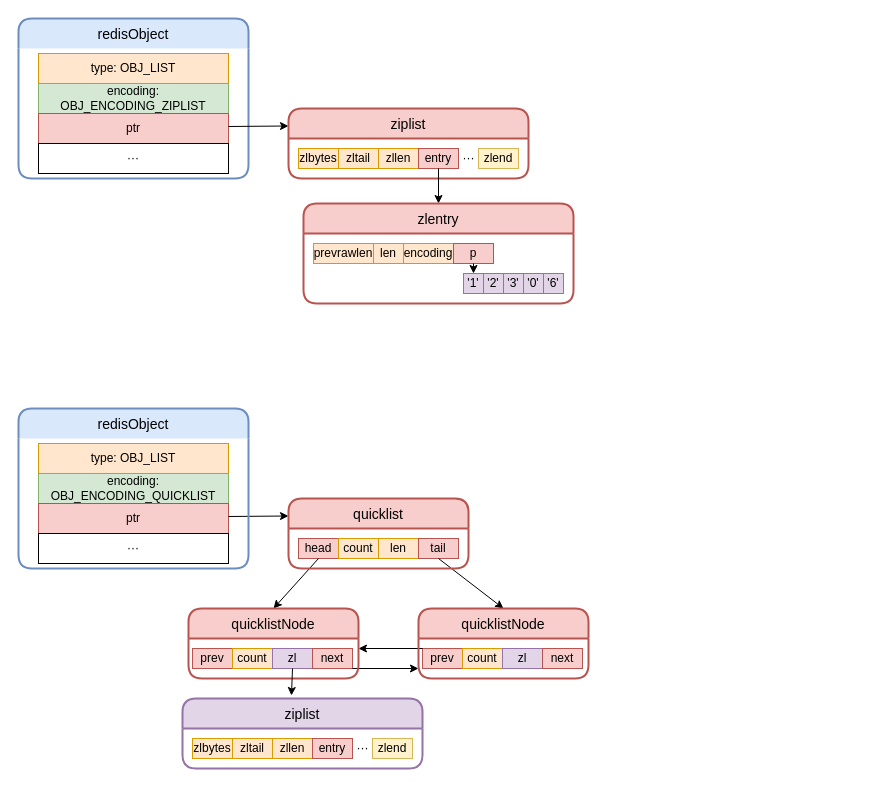
yang00-74/flowchart keeps this draw.io diagram as redis_list.drawio. Above is the earlier version. Source tidied: cells renumbered, new cells numbered last; positions are measured from the earlier drawing's top-left corner, leaving out a move shared by most shapes. Both pictures are drawn from the tidied source at 100%, with x=0, y=0 at pixel (18, 18).
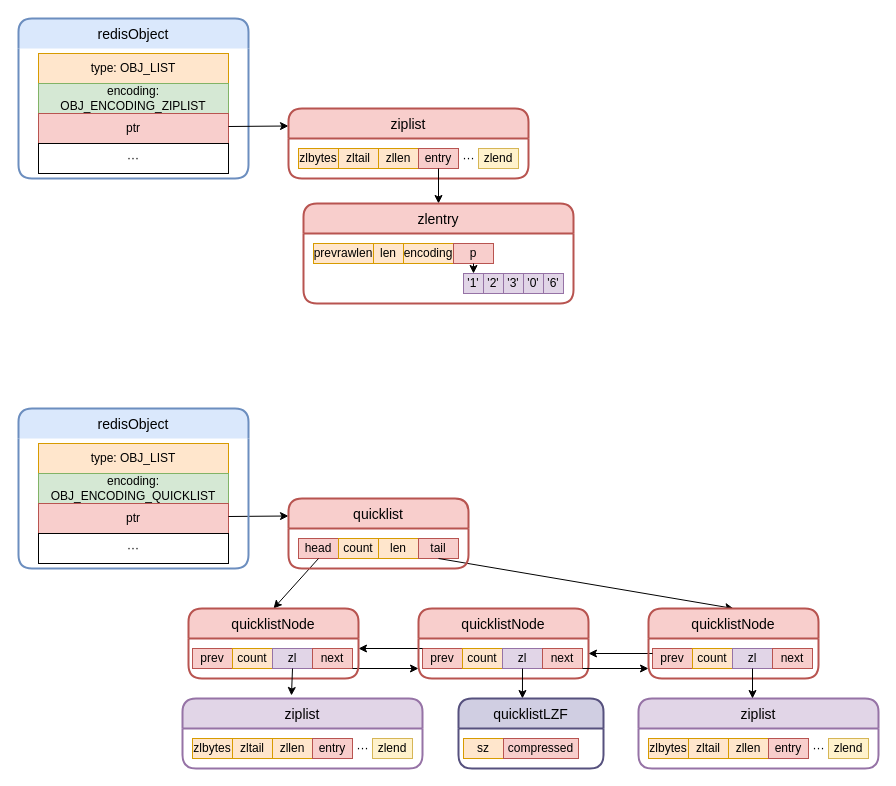
Above is the later version.

Unchanged cells that the change refers to:
```xml
<mxCell id="35" value="tail" style="whiteSpace=wrap;html=1;align=center;fillColor=#f8cecc;strokeColor=#b85450;" parent="1" vertex="1">
  <mxGeometry x="400" y="520" width="40" height="20" as="geometry" />
</mxCell>
<mxCell id="44" value="zl" style="whiteSpace=wrap;html=1;align=center;fillColor=#e1d5e7;strokeColor=#9673a6;" parent="1" vertex="1">
  <mxGeometry x="484" y="630" width="40" height="20" as="geometry" />
</mxCell>
<mxCell id="50" value="quicklistNode" style="swimlane;horizontal=1;startSize=30;rounded=1;fontSize=14;fontStyle=0;strokeWidth=2;shadow=0;dashed=0;align=center;fillColor=#f8cecc;strokeColor=#b85450;" parent="1" vertex="1">
  <mxGeometry x="400" y="590" width="170" height="70" as="geometry" />
</mxCell>
```

The edit, as a diff of the source:
```diff
@@
-    <mxCell id="48" style="endArrow=classic;html=1;exitX=0.5;exitY=1;exitDx=0;exitDy=0;entryX=0.5;entryY=0;entryDx=0;entryDy=0;" parent="1" edge="1" source="35" target="50">
+    <mxCell id="48" style="endArrow=classic;html=1;exitX=0.5;exitY=1;exitDx=0;exitDy=0;entryX=0.5;entryY=0;entryDx=0;entryDy=0;" parent="1" edge="1" source="35" target="70">
       <mxGeometry relative="1" as="geometry" />
     </mxCell>
@@
+    <mxCell id="60" value="prev" style="whiteSpace=wrap;html=1;align=center;fillColor=#f8cecc;strokeColor=#b85450;" parent="1" vertex="1">
+      <mxGeometry x="634" y="630" width="40" height="20" as="geometry" />
+    </mxCell>
+    <mxCell id="61" value="count" style="whiteSpace=wrap;html=1;align=center;fillColor=#ffe6cc;strokeColor=#d79b00;" parent="1" vertex="1">
+      <mxGeometry x="674" y="630" width="40" height="20" as="geometry" />
+    </mxCell>
+    <mxCell id="62" value="zl" style="whiteSpace=wrap;html=1;align=center;fillColor=#e1d5e7;strokeColor=#9673a6;" parent="1" vertex="1">
+      <mxGeometry x="714" y="630" width="40" height="20" as="geometry" />
+    </mxCell>
+    <mxCell id="63" value="next" style="whiteSpace=wrap;html=1;align=center;fillColor=#f8cecc;strokeColor=#b85450;" parent="1" vertex="1">
+      <mxGeometry x="754" y="630" width="40" height="20" as="geometry" />
+    </mxCell>
+    <mxCell id="64" value="sz" style="whiteSpace=wrap;html=1;align=center;fillColor=#ffe6cc;strokeColor=#d79b00;" parent="1" vertex="1">
+      <mxGeometry x="445" y="720" width="40" height="20" as="geometry" />
+    </mxCell>
+    <mxCell id="65" value="compressed" style="whiteSpace=wrap;html=1;align=center;fillColor=#f8cecc;strokeColor=#b85450;" parent="1" vertex="1">
+      <mxGeometry x="485" y="720" width="75" height="20" as="geometry" />
+    </mxCell>
+    <mxCell id="66" style="endArrow=classic;html=1;exitX=0.5;exitY=1;exitDx=0;exitDy=0;entryX=0.441;entryY=0;entryDx=0;entryDy=0;entryPerimeter=0;" parent="1" edge="1" source="44" target="67">
+      <mxGeometry relative="1" as="geometry" />
+    </mxCell>
+    <mxCell id="67" value="quicklistLZF" style="swimlane;horizontal=1;startSize=30;rounded=1;fontSize=14;fontStyle=0;strokeWidth=2;shadow=0;dashed=0;align=center;fillColor=#d0cee2;strokeColor=#56517e;" parent="1" vertex="1">
+      <mxGeometry x="440" y="680" width="145" height="70" as="geometry" />
+    </mxCell>
+    <mxCell id="68" style="endArrow=classic;html=1;" parent="1" edge="1">
+      <mxGeometry relative="1" as="geometry">
+        <mxPoint x="564" y="650" as="sourcePoint" />
+        <mxPoint x="630" y="650" as="targetPoint" />
+      </mxGeometry>
+    </mxCell>
+    <mxCell id="69" style="endArrow=classic;html=1;exitX=0;exitY=0.25;exitDx=0;exitDy=0;" parent="1" edge="1" source="60">
+      <mxGeometry relative="1" as="geometry">
+        <mxPoint x="570" y="635" as="targetPoint" />
+      </mxGeometry>
+    </mxCell>
+    <mxCell id="70" value="quicklistNode" style="swimlane;horizontal=1;startSize=30;rounded=1;fontSize=14;fontStyle=0;strokeWidth=2;shadow=0;dashed=0;align=center;fillColor=#f8cecc;strokeColor=#b85450;" parent="1" vertex="1">
+      <mxGeometry x="630" y="590" width="170" height="70" as="geometry" />
+    </mxCell>
+    <mxCell id="71" value="zlbytes" style="whiteSpace=wrap;html=1;align=center;fillColor=#ffe6cc;strokeColor=#d79b00;" parent="1" vertex="1">
+      <mxGeometry x="630" y="720" width="40" height="20" as="geometry" />
+    </mxCell>
+    <mxCell id="72" value="zltail" style="whiteSpace=wrap;html=1;align=center;fillColor=#ffe6cc;strokeColor=#d79b00;" parent="1" vertex="1">
+      <mxGeometry x="670" y="720" width="40" height="20" as="geometry" />
+    </mxCell>
+    <mxCell id="73" value="zllen" style="whiteSpace=wrap;html=1;align=center;fillColor=#ffe6cc;strokeColor=#d79b00;" parent="1" vertex="1">
+      <mxGeometry x="710" y="720" width="40" height="20" as="geometry" />
+    </mxCell>
+    <mxCell id="74" value="entry" style="whiteSpace=wrap;html=1;align=center;fillColor=#f8cecc;strokeColor=#b85450;" parent="1" vertex="1">
+      <mxGeometry x="750" y="720" width="40" height="20" as="geometry" />
+    </mxCell>
+    <mxCell id="75" value="zlend" style="whiteSpace=wrap;html=1;align=center;fillColor=#fff2cc;strokeColor=#d6b656;" parent="1" vertex="1">
+      <mxGeometry x="810" y="720" width="40" height="20" as="geometry" />
+    </mxCell>
+    <mxCell id="76" value="···" style="text;html=1;align=center;verticalAlign=middle;" parent="1" vertex="1">
+      <mxGeometry x="785" y="720" width="30" height="20" as="geometry" />
+    </mxCell>
+    <mxCell id="77" value="ziplist" style="swimlane;horizontal=1;startSize=30;rounded=1;fontSize=14;fontStyle=0;strokeWidth=2;shadow=0;dashed=0;align=center;fillColor=#e1d5e7;strokeColor=#9673a6;" parent="1" vertex="1">
+      <mxGeometry x="620" y="680" width="240" height="70" as="geometry" />
+    </mxCell>
+    <mxCell id="78" style="endArrow=classic;html=1;exitX=0.5;exitY=1;exitDx=0;exitDy=0;entryX=0.475;entryY=0;entryDx=0;entryDy=0;entryPerimeter=0;" parent="1" edge="1" source="62" target="77">
+      <mxGeometry relative="1" as="geometry" />
+    </mxCell>
```
